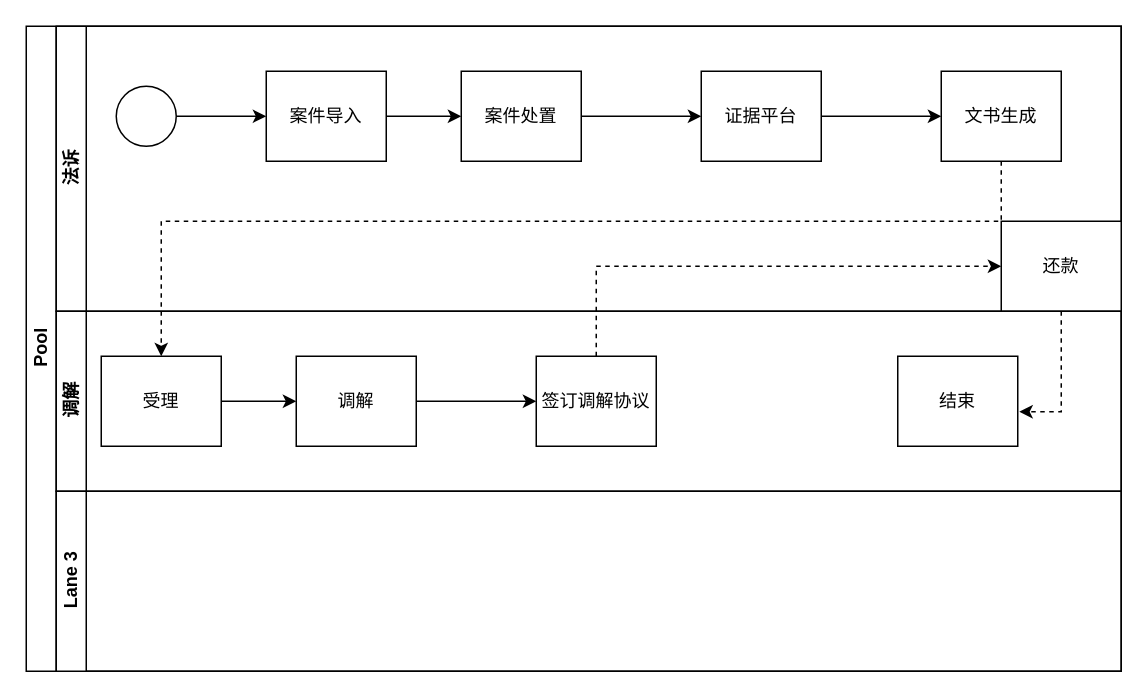
HillCheuang/fasu keeps this draw.io diagram as page "Page-1" (1 of 2) of 法诉整体流程图.drawio. Above is the earlier version. Source tidied: cells renumbered, new cells numbered last; positions are measured from the earlier drawing's top-left corner, leaving out a move shared by most shapes. Both pictures are drawn from the tidied source at 150%, with x=0, y=0 at pixel (26, 26).
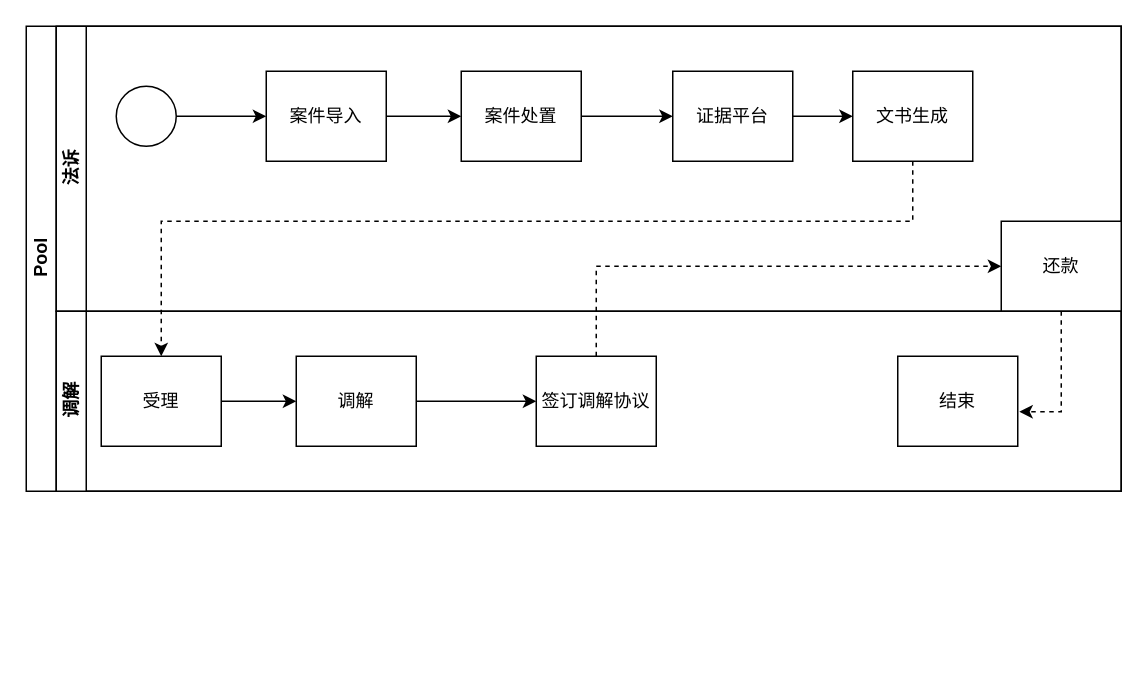
After the change.

Commit message:
Update 法诉整体流程图.drawio

The change refers to these unchanged cells:
```xml
<mxCell id="3" value="法诉" style="swimlane;html=1;startSize=20;horizontal=0;" parent="2" vertex="1">
  <mxGeometry x="20" width="710" height="190" as="geometry" />
</mxCell>
<mxCell id="16" value="受理" style="rounded=0;whiteSpace=wrap;html=1;fontFamily=Helvetica;fontSize=12;fontColor=#000000;align=center;" parent="14" vertex="1">
  <mxGeometry x="30" y="30" width="80" height="60" as="geometry" />
</mxCell>
```

Change to the diagram source:
```diff
@@
     <mxCell id="2" value="Pool" style="swimlane;html=1;horizontal=0;startSize=20;" parent="1" vertex="1">
-      <mxGeometry width="730" height="430" as="geometry" />
+      <mxGeometry width="730" height="310" as="geometry" />
     </mxCell>
@@
     <mxCell id="11" value="证据平台" style="rounded=0;whiteSpace=wrap;html=1;fontFamily=Helvetica;fontSize=12;fontColor=#000000;align=center;" parent="3" vertex="1">
-      <mxGeometry x="430" y="30" width="80" height="60" as="geometry" />
+      <mxGeometry x="411" y="30" width="80" height="60" as="geometry" />
     </mxCell>
     <mxCell id="12" value="文书生成" style="rounded=0;whiteSpace=wrap;html=1;fontFamily=Helvetica;fontSize=12;fontColor=#000000;align=center;" parent="3" vertex="1">
-      <mxGeometry x="590" y="30" width="80" height="60" as="geometry" />
+      <mxGeometry x="531" y="30" width="80" height="60" as="geometry" />
     </mxCell>
@@
-    <mxCell id="21" value="Lane 3" style="swimlane;html=1;startSize=20;horizontal=0;" parent="2" vertex="1">
-      <mxGeometry x="20" y="310" width="710" height="120" as="geometry" />
-    </mxCell>
     <mxCell id="22" style="edgeStyle=orthogonalEdgeStyle;rounded=0;jettySize=auto;html=1;dashed=1;entryX=0.5;entryY=0;entryDx=0;entryDy=0;" parent="2" edge="1" source="12" target="16">
       <mxGeometry relative="1" as="geometry">
         <Array as="points">
-          <mxPoint x="650" y="130" />
+          <mxPoint x="591" y="130" />
           <mxPoint x="90" y="130" />
         </Array>
       </mxGeometry>
     </mxCell>
```
